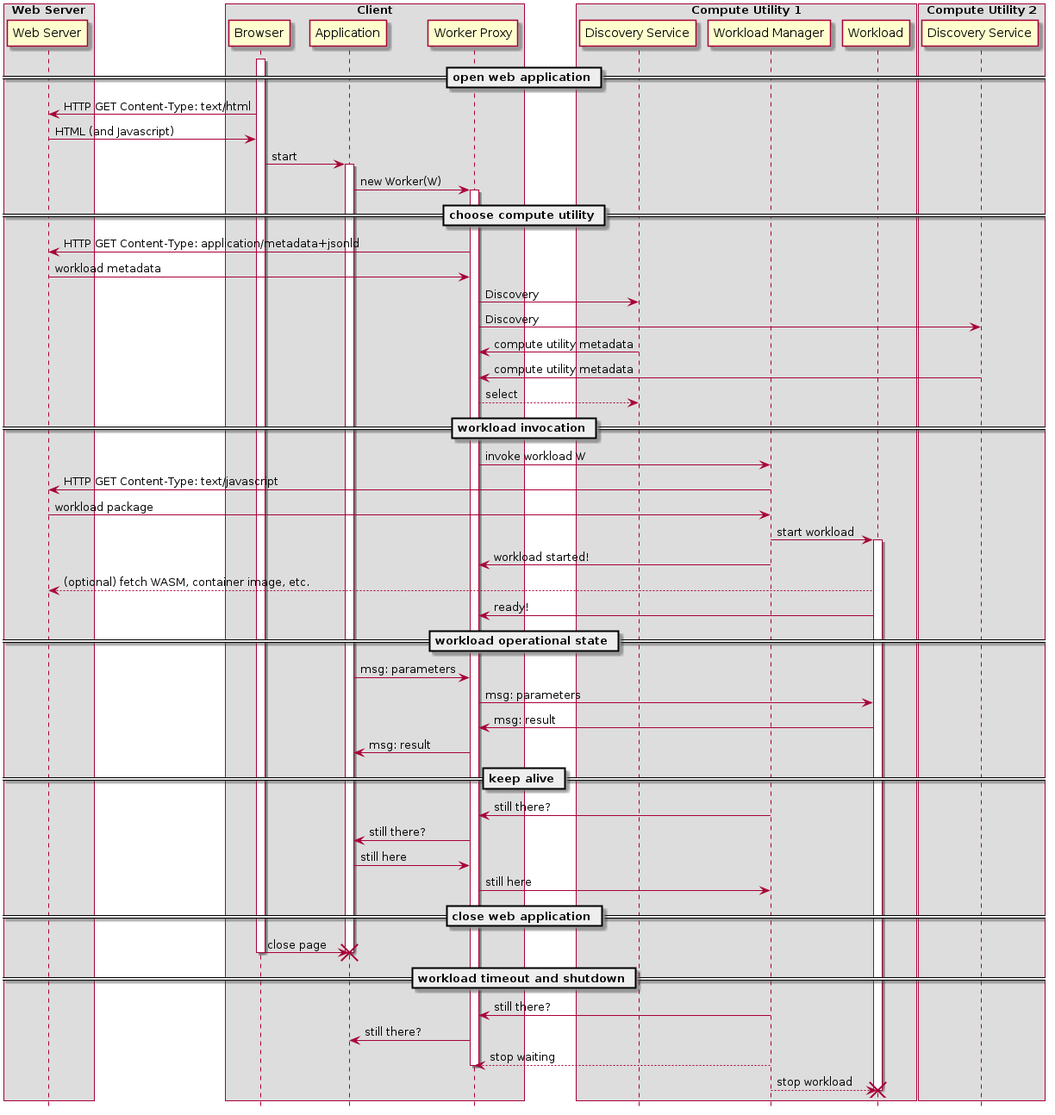
Before: images/DWflow.png, a diagram exported from PlantUML (w3c/edge-computing-web-exploration). Its source is kept beside it as images/DWflow.puml.
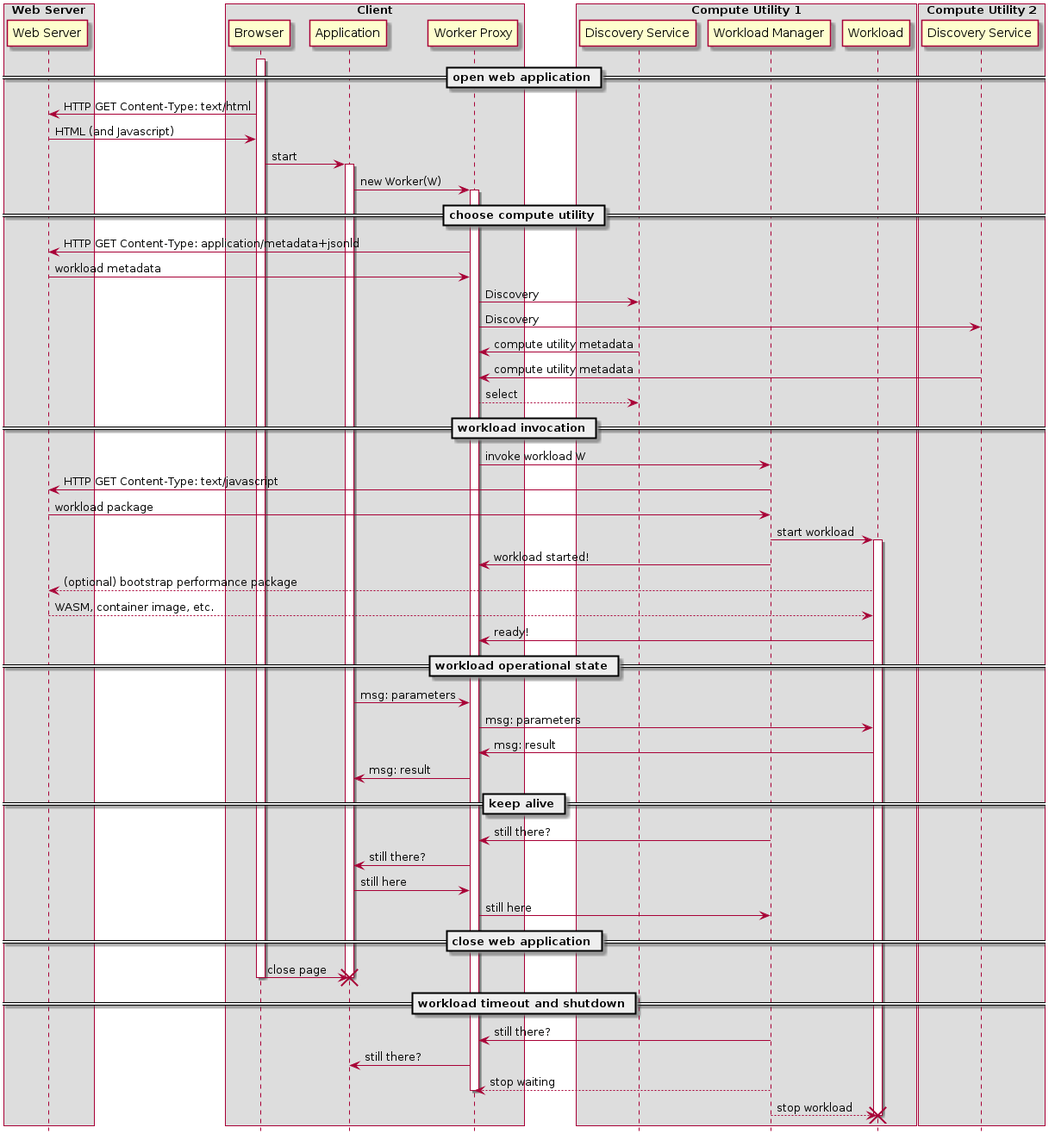
After the change.

Commit message:
performance package

What changed in the source:
```diff
@@ -49,7 +49,8 @@
 WM  -> W: start workload
 activate W
 WM -> WP: workload started!
-W  --> WS: (optional) fetch WASM, container image, etc.
+W  --> WS: (optional) bootstrap performance package
+WS --> W: WASM, container image, etc.
 W  -> WP: ready!
 
 == workload operational state ==
```
